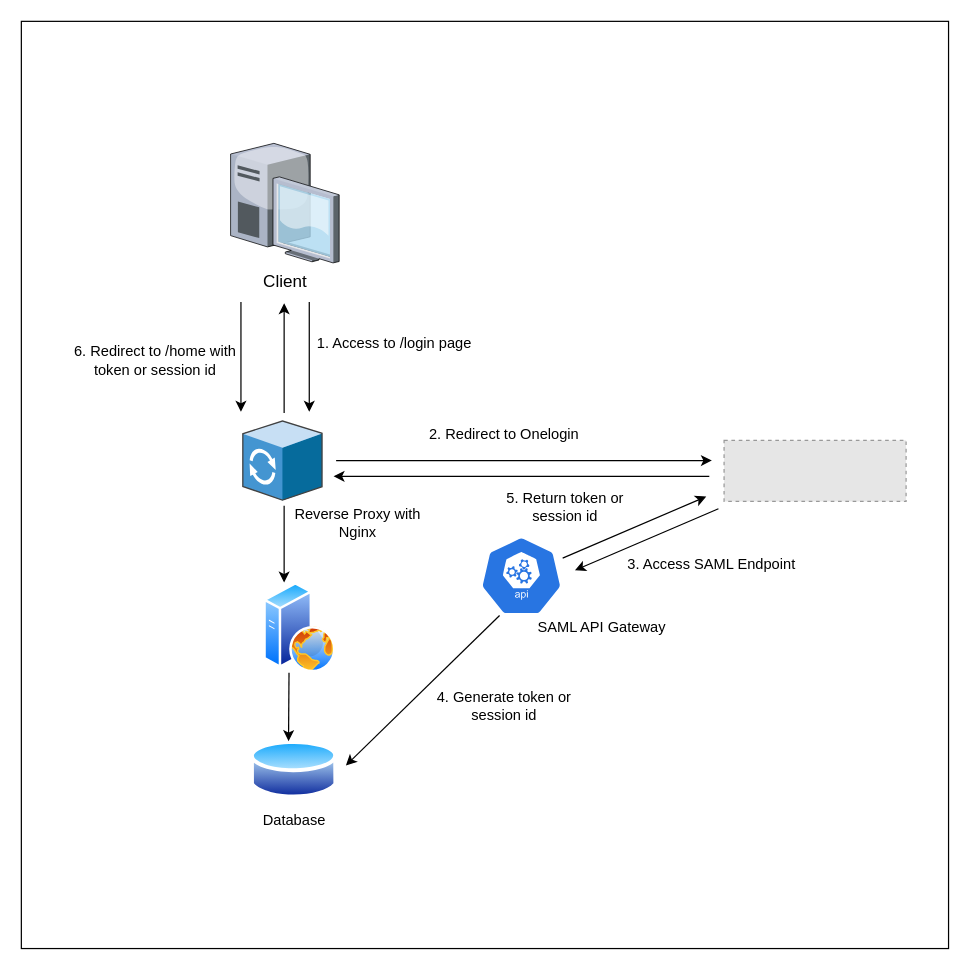
Before: onelogin_legacy_app.drawio in awtbet/mock, a draw.io diagram. Source tidied: cells renumbered, new cells numbered last; positions are measured from the earlier drawing's top-left corner, leaving out a move shared by most shapes. Both pictures are drawn from the tidied source at 122%, with x=0, y=0 at pixel (21, 21). Pictures stored in the file or linked from it are replaced by grey dashed boxes.
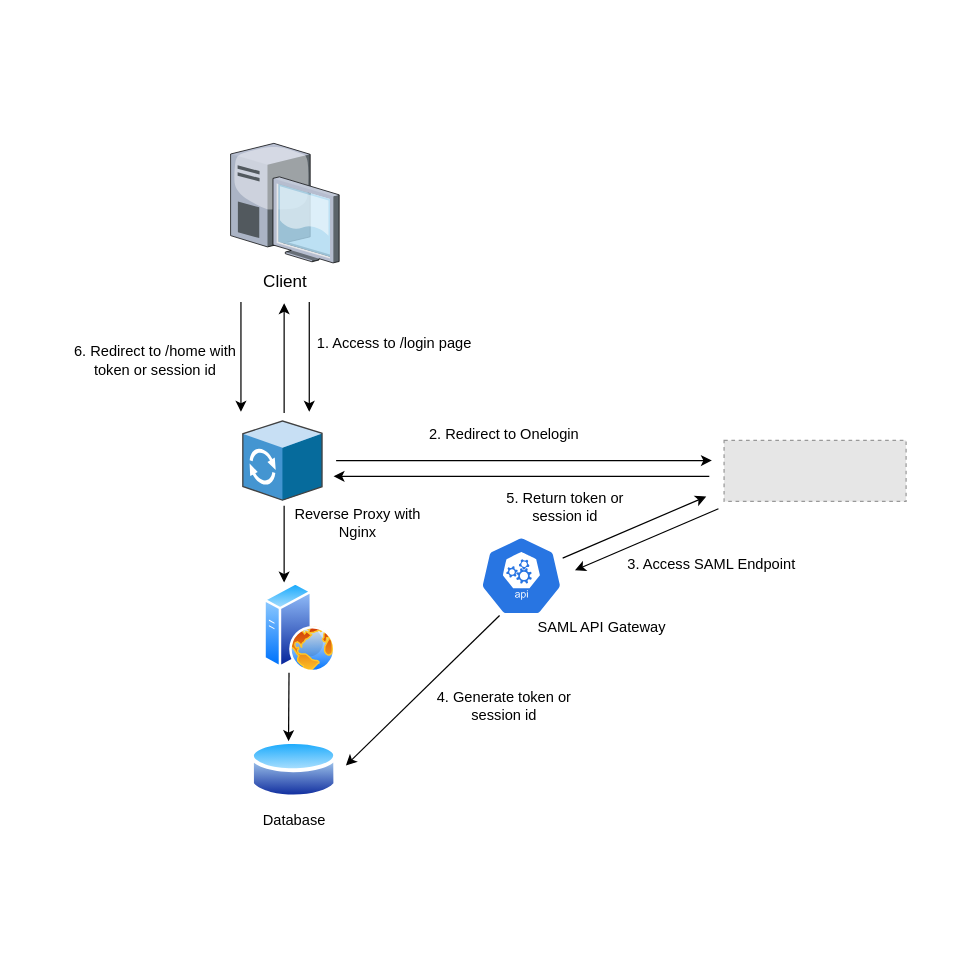
The same page after the edit.

The edit, as a diff of the source:
```diff
@@
-    <mxCell id="27" style="whiteSpace=wrap;html=1;fillColor=none;" parent="1" vertex="1">
-      <mxGeometry width="760" height="760" as="geometry" />
-    </mxCell>
```
